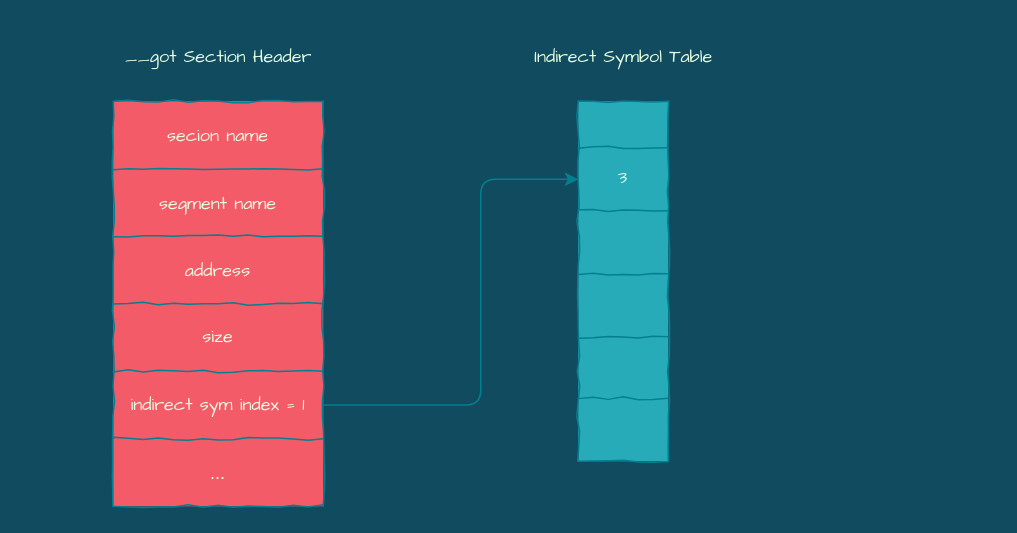
The draw.io diagram got3.drawio in silan-liu/drawio, before the edit. Source tidied: cells renumbered, new cells numbered last; positions are measured from the earlier drawing's top-left corner, leaving out a move shared by most shapes. Both pictures are drawn from the tidied source at 150%, with x=0, y=0 at pixel (112, 40).
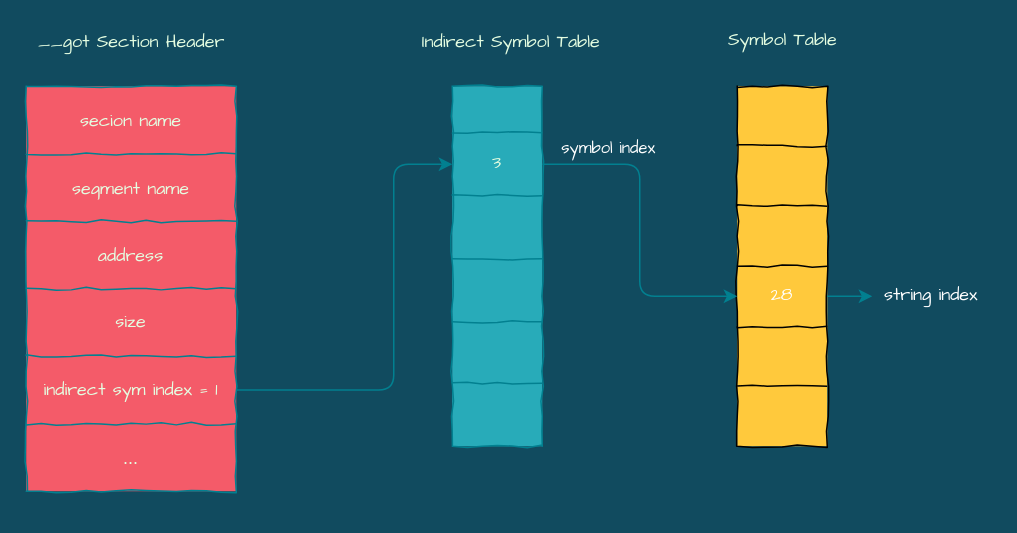
Above is the later version.

The change refers to these unchanged cells:
```xml
<mxCell id="11" style="shape=partialRectangle;html=1;whiteSpace=wrap;fillColor=none;top=0;left=0;bottom=0;right=0;points=[[0,0.5],[1,0.5]];portConstraint=eastwest;strokeColor=#028090;fontColor=#E4FDE1;" parent="2" vertex="1">
  <mxGeometry y="180" width="140" height="45" as="geometry" />
</mxCell>
<mxCell id="19" style="shape=partialRectangle;html=1;whiteSpace=wrap;fillColor=none;top=0;left=0;bottom=0;right=0;points=[[0,0.5],[1,0.5]];portConstraint=eastwest;strokeColor=#028090;fontColor=#E4FDE1;" parent="16" vertex="1">
  <mxGeometry y="31" width="60" height="42" as="geometry" />
</mxCell>
```

What changed in the source:
```diff
@@
     <mxCell id="2" style="shape=table;html=1;whiteSpace=wrap;startSize=0;childLayout=tableLayout;fontFamily=Architects Daughter;comic=1;fillColor=#F45B69;strokeColor=#028090;fontColor=#E4FDE1;" parent="1" vertex="1">
-      <mxGeometry y="40" width="140" height="270" as="geometry" />
+      <mxGeometry x="-58" y="30" width="140" height="270" as="geometry" />
     </mxCell>
@@
     <mxCell id="15" value="&lt;font face=&quot;Architects Daughter&quot;&gt;__got Section Header&lt;/font&gt;" style="text;html=1;align=center;verticalAlign=middle;fontColor=#E4FDE1;" parent="1" vertex="1">
-      <mxGeometry width="140" height="20" as="geometry" />
+      <mxGeometry x="-58" y="-10" width="140" height="20" as="geometry" />
     </mxCell>
     <mxCell id="16" style="shape=table;html=1;whiteSpace=wrap;startSize=0;childLayout=tableLayout;strokeColor=#028090;fontColor=#E4FDE1;comic=1;fillColor=#28ABB9;" parent="1" vertex="1">
-      <mxGeometry x="310" y="40" width="60" height="240" as="geometry" />
+      <mxGeometry x="226" y="30" width="60" height="240" as="geometry" />
     </mxCell>
@@
     <mxCell id="29" value="&lt;font face=&quot;Architects Daughter&quot;&gt;Indirect Symbol Table&lt;/font&gt;" style="text;html=1;align=center;verticalAlign=middle;fontColor=#E4FDE1;" parent="1" vertex="1">
-      <mxGeometry x="275" width="130" height="20" as="geometry" />
+      <mxGeometry x="200" y="-10" width="130" height="20" as="geometry" />
     </mxCell>
-    <mxCell id="30" style="edgeStyle=orthogonalEdgeStyle;curved=0;rounded=1;sketch=0;jettySize=auto;html=1;exitX=1;exitY=0.5;exitDx=0;exitDy=0;entryX=0;entryY=0.5;entryDx=0;entryDy=0;strokeColor=#028090;fillColor=#F45B69;fontColor=#E4FDE1;" parent="1" edge="1" source="11" target="19">
+    <mxCell id="30" style="edgeStyle=orthogonalEdgeStyle;curved=0;rounded=1;sketch=0;jettySize=auto;html=1;exitX=1;exitY=0.5;exitDx=0;exitDy=0;entryX=0;entryY=0.5;entryDx=0;entryDy=0;strokeColor=#028090;fillColor=#F45B69;fontColor=#E4FDE1;labelBackgroundColor=#114B5F;" parent="1" edge="1" source="11" target="19">
       <mxGeometry relative="1" as="geometry">
         <Array as="points">
-          <mxPoint x="245" y="243" />
-          <mxPoint x="245" y="92" />
+          <mxPoint x="187" y="233" />
+          <mxPoint x="187" y="82" />
         </Array>
       </mxGeometry>
     </mxCell>
+    <mxCell id="31" style="shape=table;html=1;whiteSpace=wrap;startSize=0;childLayout=tableLayout;comic=1;fontFamily=Architects Daughter;fillColor=#FFC93C;" parent="1" vertex="1">
+      <mxGeometry x="416" y="30" width="60" height="240" as="geometry" />
+    </mxCell>
+    <mxCell id="32" style="shape=partialRectangle;html=1;whiteSpace=wrap;fillColor=none;top=0;left=0;bottom=0;right=0;" parent="31" vertex="1">
+      <mxGeometry width="60" height="40" as="geometry" />
+    </mxCell>
+    <mxCell id="33" style="shape=partialRectangle;html=1;whiteSpace=wrap;overflow=hidden;fillColor=none;top=0;left=0;bottom=0;right=0;" parent="32" vertex="1">
+      <mxGeometry width="60" height="40" as="geometry" />
+    </mxCell>
+    <mxCell id="34" style="shape=partialRectangle;html=1;whiteSpace=wrap;fillColor=none;top=0;left=0;bottom=0;right=0;" parent="31" vertex="1">
+      <mxGeometry y="40" width="60" height="40" as="geometry" />
+    </mxCell>
+    <mxCell id="35" style="shape=partialRectangle;html=1;whiteSpace=wrap;overflow=hidden;fillColor=none;top=0;left=0;bottom=0;right=0;" parent="34" vertex="1">
+      <mxGeometry width="60" height="40" as="geometry" />
+    </mxCell>
+    <mxCell id="36" style="shape=partialRectangle;html=1;whiteSpace=wrap;fillColor=none;top=0;left=0;bottom=0;right=0;" parent="31" vertex="1">
+      <mxGeometry y="80" width="60" height="40" as="geometry" />
+    </mxCell>
+    <mxCell id="37" style="shape=partialRectangle;html=1;whiteSpace=wrap;overflow=hidden;fillColor=none;top=0;left=0;bottom=0;right=0;fontFamily=Architects Daughter;" parent="36" vertex="1">
+      <mxGeometry width="60" height="40" as="geometry" />
+    </mxCell>
+    <mxCell id="38" style="shape=partialRectangle;html=1;whiteSpace=wrap;fillColor=none;top=0;left=0;bottom=0;right=0;points=[[0,0.5],[1,0.5]];portConstraint=eastwest;" parent="31" vertex="1">
+      <mxGeometry y="120" width="60" height="40" as="geometry" />
+    </mxCell>
+    <mxCell id="39" value="28" style="shape=partialRectangle;html=1;whiteSpace=wrap;overflow=hidden;fillColor=none;top=0;left=0;bottom=0;right=0;fontFamily=Architects Daughter;fontColor=#FFFFFF;" parent="38" vertex="1">
+      <mxGeometry width="60" height="40" as="geometry" />
+    </mxCell>
+    <mxCell id="40" style="shape=partialRectangle;html=1;whiteSpace=wrap;fillColor=none;top=0;left=0;bottom=0;right=0;" parent="31" vertex="1">
+      <mxGeometry y="160" width="60" height="40" as="geometry" />
+    </mxCell>
+    <mxCell id="41" style="shape=partialRectangle;html=1;whiteSpace=wrap;overflow=hidden;fillColor=none;top=0;left=0;bottom=0;right=0;" parent="40" vertex="1">
+      <mxGeometry width="60" height="40" as="geometry" />
+    </mxCell>
+    <mxCell id="42" style="shape=partialRectangle;html=1;whiteSpace=wrap;fillColor=none;top=0;left=0;bottom=0;right=0;" parent="31" vertex="1">
+      <mxGeometry y="200" width="60" height="40" as="geometry" />
+    </mxCell>
+    <mxCell id="43" style="shape=partialRectangle;html=1;whiteSpace=wrap;overflow=hidden;fillColor=none;top=0;left=0;bottom=0;right=0;" parent="42" vertex="1">
+      <mxGeometry width="60" height="40" as="geometry" />
+    </mxCell>
+    <mxCell id="44" style="edgeStyle=orthogonalEdgeStyle;curved=0;rounded=1;sketch=0;jettySize=auto;html=1;entryX=0;entryY=0.5;entryDx=0;entryDy=0;strokeColor=#028090;fillColor=#F45B69;fontColor=#E4FDE1;" parent="1" edge="1" source="19" target="38">
+      <mxGeometry relative="1" as="geometry" />
+    </mxCell>
+    <mxCell id="45" value="symbol index" style="edgeLabel;html=1;align=center;verticalAlign=middle;fontFamily=Architects Daughter;fontColor=#FFFFFF;labelBackgroundColor=none;" parent="44" vertex="1">
+      <mxGeometry x="-0.66" y="1" relative="1" as="geometry">
+        <mxPoint x="6" y="-11" as="offset" />
+      </mxGeometry>
+    </mxCell>
+    <mxCell id="46" value="Symbol Table" style="text;html=1;align=center;verticalAlign=middle;fontFamily=Architects Daughter;fontColor=#E4FDE1;" parent="1" vertex="1">
+      <mxGeometry x="401" y="-10" width="90" height="20" as="geometry" />
+    </mxCell>
+    <mxCell id="47" value="string index" style="text;html=1;align=center;verticalAlign=middle;fontFamily=Architects Daughter;fontColor=#FFFFFF;" parent="1" vertex="1">
+      <mxGeometry x="505" y="160" width="80" height="20" as="geometry" />
+    </mxCell>
+    <mxCell id="48" style="edgeStyle=orthogonalEdgeStyle;curved=0;rounded=1;sketch=0;jettySize=auto;html=1;strokeColor=#028090;fillColor=#F45B69;fontFamily=Architects Daughter;fontColor=#FFFFFF;" parent="1" edge="1" source="38">
+      <mxGeometry relative="1" as="geometry">
+        <mxPoint x="506" y="170" as="targetPoint" />
+      </mxGeometry>
+    </mxCell>
```
